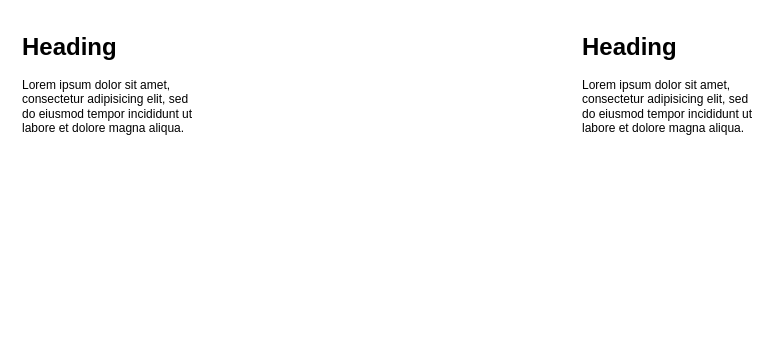
ashwiniadlakha/draw_io keeps this draw.io diagram as page "Page-2" (2 of 3) of Interview/FB1Design.drawio. Above is the earlier version. Source tidied: cells renumbered, new cells numbered last; positions are measured from the earlier drawing's top-left corner, leaving out a move shared by most shapes. Both pictures are drawn from the tidied source at 100%, with x=0, y=0 at pixel (17, 27).
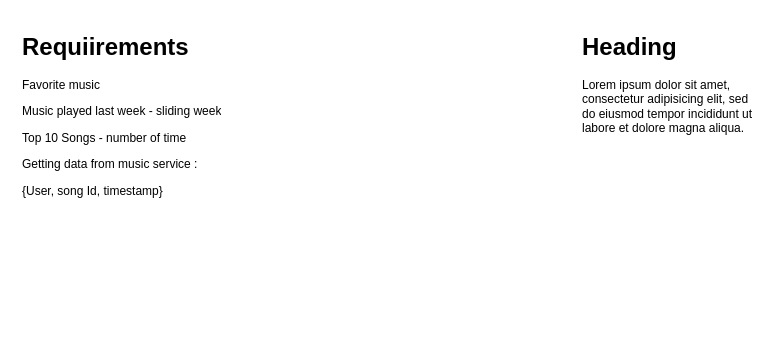
The same page after the edit.

The edit, as a diff of the source:
```diff
@@
 <mxGraphModel>
   <root>
     <mxCell id="0" />
     <mxCell id="1" parent="0" />
-    <mxCell id="2" value="&lt;h1&gt;Heading&lt;/h1&gt;&lt;p&gt;Lorem ipsum dolor sit amet, consectetur adipisicing elit, sed do eiusmod tempor incididunt ut labore et dolore magna aliqua.&lt;/p&gt;" style="text;html=1;strokeColor=none;fillColor=none;spacing=5;spacingTop=-20;whiteSpace=wrap;overflow=hidden;rounded=0;" parent="1" vertex="1">
-      <mxGeometry width="190" height="120" as="geometry" />
+    <mxCell id="2" value="&lt;h1&gt;Requiirements&lt;/h1&gt;&lt;p&gt;Favorite music&lt;/p&gt;&lt;p&gt;Music played last week - sliding week&lt;/p&gt;&lt;p&gt;Top 10 Songs - number of time&lt;/p&gt;&lt;p&gt;Getting data from music service :&amp;nbsp;&lt;/p&gt;&lt;p&gt;{User, song Id, timestamp}&lt;/p&gt;&lt;p&gt;&lt;br&gt;&lt;/p&gt;" style="text;html=1;strokeColor=none;fillColor=none;spacing=5;spacingTop=-20;whiteSpace=wrap;overflow=hidden;rounded=0;" parent="1" vertex="1">
+      <mxGeometry width="280" height="300" as="geometry" />
     </mxCell>
     <mxCell id="3" value="&lt;h1&gt;Heading&lt;/h1&gt;&lt;p&gt;Lorem ipsum dolor sit amet, consectetur adipisicing elit, sed do eiusmod tempor incididunt ut labore et dolore magna aliqua.&lt;/p&gt;" style="text;html=1;strokeColor=none;fillColor=none;spacing=5;spacingTop=-20;whiteSpace=wrap;overflow=hidden;rounded=0;" parent="1" vertex="1">
       <mxGeometry x="560" width="190" height="120" as="geometry" />
     </mxCell>
   </root>
 </mxGraphModel>
```
